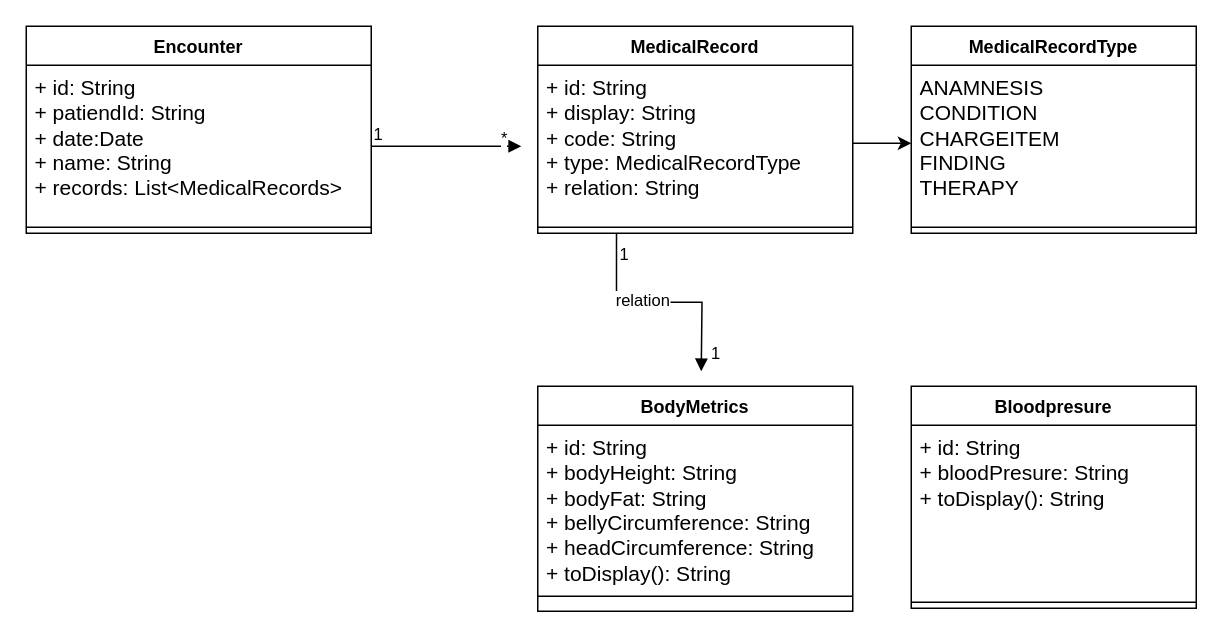
This is doc/diagrams/Datamodel.drawio from goafabric/core-service, a draw.io file, before an edit. Source tidied: cells renumbered, new cells numbered last; positions are measured from the earlier drawing's top-left corner, leaving out a move shared by most shapes. Both pictures are drawn from the tidied source at 150%, with x=0, y=0 at pixel (26, 26).
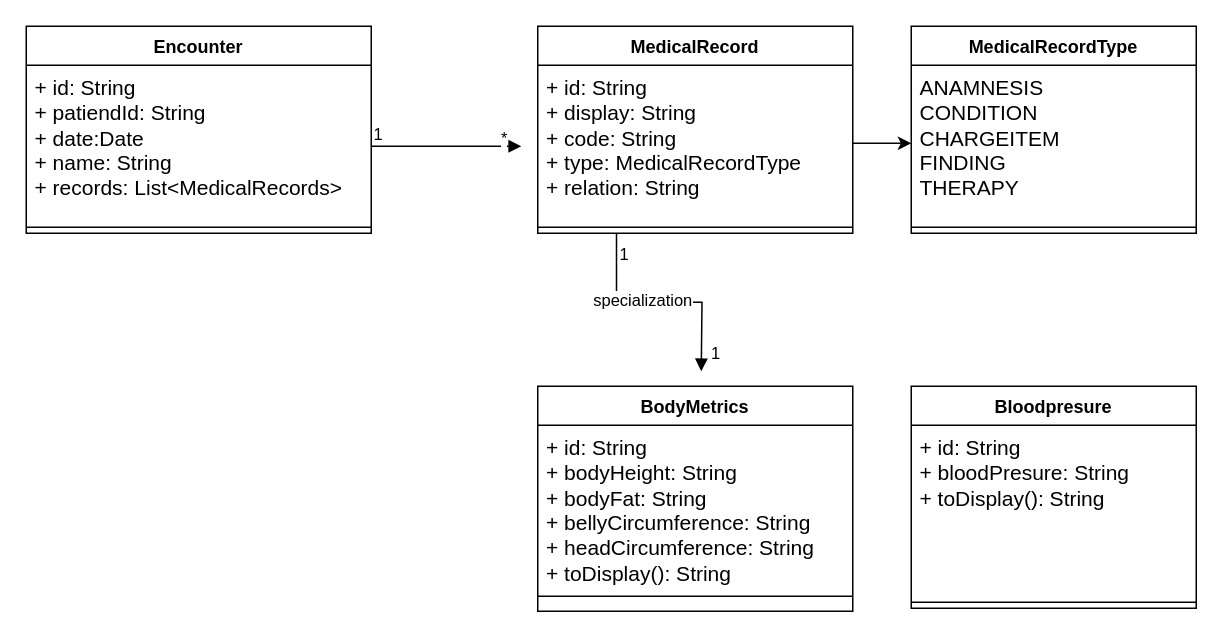
After the change.

The change refers to these unchanged cells:
```xml
<mxCell id="14" style="endArrow=block;endFill=1;html=1;edgeStyle=orthogonalEdgeStyle;align=left;verticalAlign=top;rounded=0;exitX=0.25;exitY=1;exitDx=0;exitDy=0;" parent="1" edge="1" source="2">
  <mxGeometry x="-1" relative="1" as="geometry">
    <mxPoint x="450" y="230" as="targetPoint" />
  </mxGeometry>
</mxCell>
```

What changed in the source:
```diff
@@
-    <mxCell id="16" value="relation" style="edgeLabel;html=1;align=center;verticalAlign=middle;" parent="14" vertex="1">
+    <mxCell id="16" value="specialization" style="edgeLabel;html=1;align=center;verticalAlign=middle;" parent="14" vertex="1">
       <mxGeometry x="-0.15" y="2" relative="1" as="geometry" />
     </mxCell>
```
